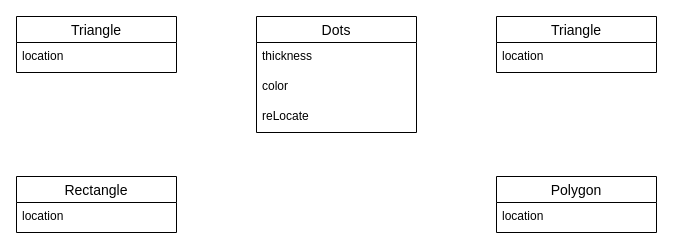
xerio1001/eindwerk keeps this draw.io diagram as preps/eindewerkPrep.drawio. Above is the earlier version. Source tidied: cells renumbered, new cells numbered last; positions are measured from the earlier drawing's top-left corner, leaving out a move shared by most shapes. Both pictures are drawn from the tidied source at 100%, with x=0, y=0 at pixel (16, 16).
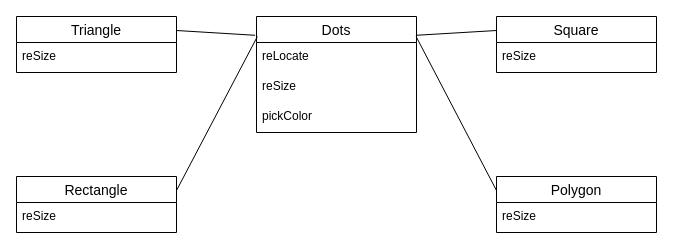
The same diagram, later.

What changed in the source:
```diff
@@
 <mxGraphModel>
   <root>
     <mxCell id="0" />
     <mxCell id="1" parent="0" />
     <mxCell id="2" value="Dots" style="swimlane;fontStyle=0;horizontal=1;startSize=26;align=center;fontSize=14;" parent="1" vertex="1">
       <mxGeometry x="240" width="160" height="116" as="geometry" />
     </mxCell>
-    <mxCell id="3" value="thickness" style="text;strokeColor=none;fillColor=none;spacingLeft=4;spacingRight=4;overflow=hidden;fontSize=12;" parent="2" vertex="1">
-      <mxGeometry y="26" width="160" height="30" as="geometry" />
-    </mxCell>
-    <mxCell id="4" value="color" style="text;strokeColor=none;fillColor=none;spacingLeft=4;spacingRight=4;overflow=hidden;fontSize=12;" parent="2" vertex="1">
-      <mxGeometry y="56" width="160" height="30" as="geometry" />
-    </mxCell>
     <mxCell id="5" value="reLocate" style="text;strokeColor=none;fillColor=none;spacingLeft=4;spacingRight=4;overflow=hidden;fontSize=12;" parent="2" vertex="1">
-      <mxGeometry y="86" width="160" height="30" as="geometry" />
+      <mxGeometry y="26" width="160" height="30" as="geometry" />
     </mxCell>
+    <mxCell id="14" value="reSize" style="text;strokeColor=none;fillColor=none;spacingLeft=4;spacingRight=4;overflow=hidden;fontSize=12;" parent="2" vertex="1">
+      <mxGeometry y="56" width="160" height="30" as="geometry" />
+    </mxCell>
+    <mxCell id="15" value="pickColor" style="text;strokeColor=none;fillColor=none;spacingLeft=4;spacingRight=4;overflow=hidden;fontSize=12;" parent="2" vertex="1">
+      <mxGeometry y="86" width="160" height="30" as="geometry" />
+    </mxCell>
     <mxCell id="6" value="Triangle" style="swimlane;fontStyle=0;horizontal=1;startSize=26;align=center;fontSize=14;" parent="1" vertex="1">
       <mxGeometry width="160" height="56" as="geometry" />
     </mxCell>
-    <mxCell id="7" value="location" style="text;strokeColor=none;fillColor=none;spacingLeft=4;spacingRight=4;overflow=hidden;fontSize=12;" parent="6" vertex="1">
+    <mxCell id="7" value="reSize" style="text;strokeColor=none;fillColor=none;spacingLeft=4;spacingRight=4;overflow=hidden;fontSize=12;" parent="6" vertex="1">
       <mxGeometry y="26" width="160" height="30" as="geometry" />
     </mxCell>
     <mxCell id="8" value="Rectangle" style="swimlane;fontStyle=0;horizontal=1;startSize=26;align=center;fontSize=14;" parent="1" vertex="1">
       <mxGeometry y="160" width="160" height="56" as="geometry" />
     </mxCell>
-    <mxCell id="9" value="location" style="text;strokeColor=none;fillColor=none;spacingLeft=4;spacingRight=4;overflow=hidden;fontSize=12;" parent="8" vertex="1">
+    <mxCell id="9" value="reSize" style="text;strokeColor=none;fillColor=none;spacingLeft=4;spacingRight=4;overflow=hidden;fontSize=12;" parent="8" vertex="1">
       <mxGeometry y="26" width="160" height="30" as="geometry" />
     </mxCell>
-    <mxCell id="10" value="Triangle" style="swimlane;fontStyle=0;horizontal=1;startSize=26;align=center;fontSize=14;" parent="1" vertex="1">
+    <mxCell id="10" value="Square" style="swimlane;fontStyle=0;horizontal=1;startSize=26;align=center;fontSize=14;" parent="1" vertex="1">
       <mxGeometry x="480" width="160" height="56" as="geometry" />
     </mxCell>
-    <mxCell id="11" value="location" style="text;strokeColor=none;fillColor=none;spacingLeft=4;spacingRight=4;overflow=hidden;fontSize=12;" parent="10" vertex="1">
+    <mxCell id="11" value="reSize" style="text;strokeColor=none;fillColor=none;spacingLeft=4;spacingRight=4;overflow=hidden;fontSize=12;" parent="10" vertex="1">
       <mxGeometry y="26" width="160" height="30" as="geometry" />
     </mxCell>
     <mxCell id="12" value="Polygon" style="swimlane;fontStyle=0;horizontal=1;startSize=26;align=center;fontSize=14;" parent="1" vertex="1">
       <mxGeometry x="480" y="160" width="160" height="56" as="geometry" />
     </mxCell>
-    <mxCell id="13" value="location" style="text;strokeColor=none;fillColor=none;spacingLeft=4;spacingRight=4;overflow=hidden;fontSize=12;" parent="12" vertex="1">
+    <mxCell id="13" value="reSize" style="text;strokeColor=none;fillColor=none;spacingLeft=4;spacingRight=4;overflow=hidden;fontSize=12;" parent="12" vertex="1">
       <mxGeometry y="26" width="160" height="30" as="geometry" />
     </mxCell>
+    <mxCell id="16" style="endArrow=none;html=1;rounded=0;exitX=1;exitY=0.25;exitDx=0;exitDy=0;entryX=-0.009;entryY=0.162;entryDx=0;entryDy=0;entryPerimeter=0;" parent="1" edge="1" source="6" target="2">
+      <mxGeometry relative="1" as="geometry" />
+    </mxCell>
+    <mxCell id="17" style="endArrow=none;html=1;rounded=0;exitX=0;exitY=0.25;exitDx=0;exitDy=0;entryX=0.998;entryY=0.162;entryDx=0;entryDy=0;entryPerimeter=0;" parent="1" edge="1" source="10" target="2">
+      <mxGeometry relative="1" as="geometry" />
+    </mxCell>
+    <mxCell id="18" style="endArrow=none;html=1;rounded=0;exitX=1;exitY=0.25;exitDx=0;exitDy=0;entryX=0.005;entryY=0.174;entryDx=0;entryDy=0;entryPerimeter=0;" parent="1" edge="1" source="8" target="2">
+      <mxGeometry relative="1" as="geometry" />
+    </mxCell>
+    <mxCell id="19" style="endArrow=none;html=1;rounded=0;exitX=0;exitY=0.25;exitDx=0;exitDy=0;entryX=0.998;entryY=0.174;entryDx=0;entryDy=0;entryPerimeter=0;" parent="1" edge="1" source="12" target="2">
+      <mxGeometry relative="1" as="geometry" />
+    </mxCell>
   </root>
 </mxGraphModel>
```
